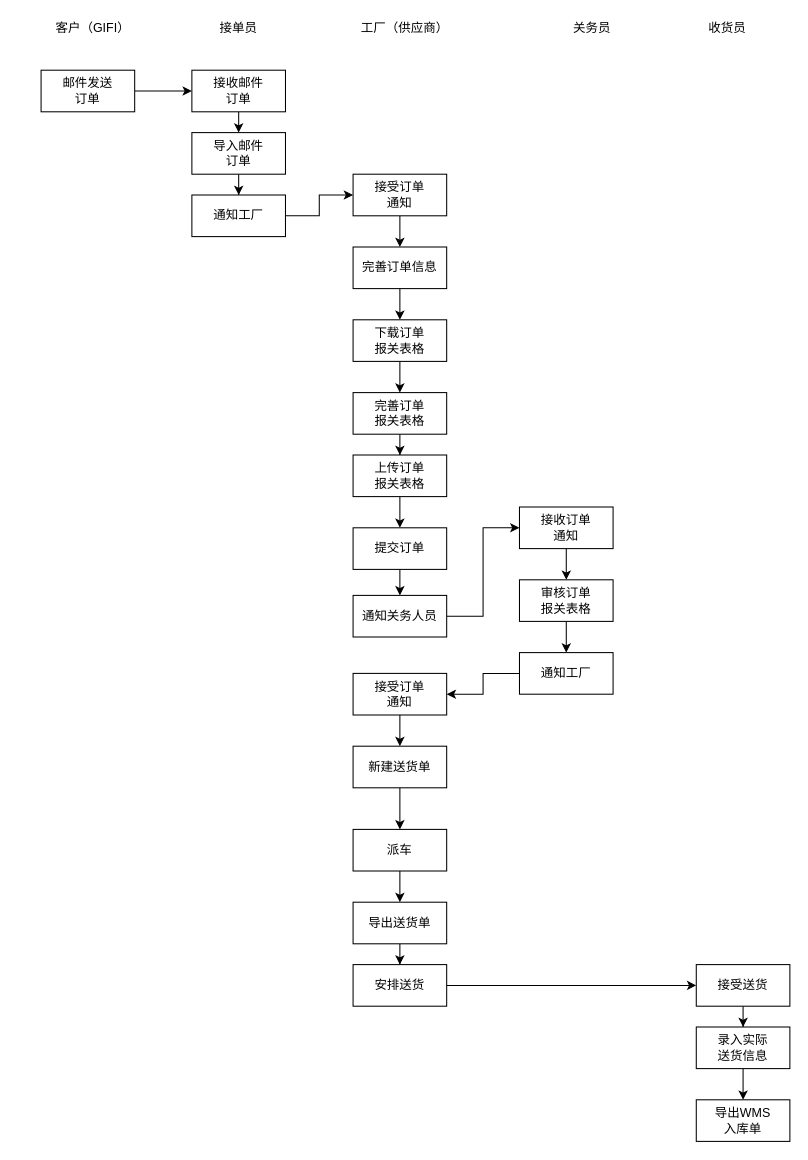
Earlier version of the draw.io diagram page "业务流程图" (1 of 2) of shrine-doc/进区预约系统.drawio (easefulfil/CLOUDCARE). Source tidied: cells renumbered, new cells numbered last; positions are measured from the earlier drawing's top-left corner, leaving out a move shared by most shapes. Both pictures are drawn from the tidied source at 104%, with x=0, y=0 at pixel (41, 18).
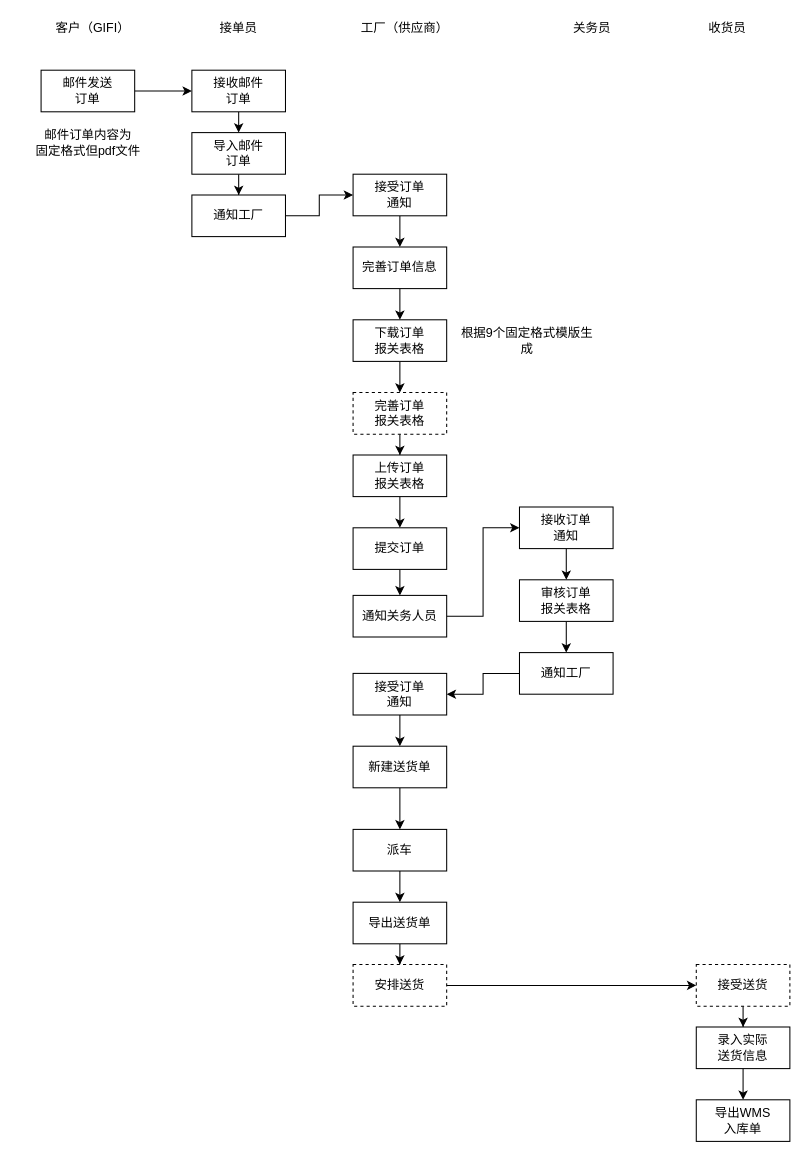
The same page after the edit.

Commit message (it also covers changes not shown here):
Update 进区预约系统.drawio

The edit, as a diff of the source:
```diff
@@
-    <mxCell id="17" value="完善订单&lt;br&gt;报关表格" style="rounded=0;whiteSpace=wrap;html=1;" parent="1" vertex="1">
+    <mxCell id="17" value="完善订单&lt;br&gt;报关表格" style="rounded=0;whiteSpace=wrap;html=1;dashed=1;" parent="1" vertex="1">
       <mxGeometry x="300" y="360" width="90" height="40" as="geometry" />
     </mxCell>
@@
-    <mxCell id="44" value="安排送货" style="rounded=0;whiteSpace=wrap;html=1;" parent="1" vertex="1">
+    <mxCell id="44" value="安排送货" style="rounded=0;whiteSpace=wrap;html=1;dashed=1;" parent="1" vertex="1">
       <mxGeometry x="300" y="910" width="90" height="40" as="geometry" />
     </mxCell>
@@
-    <mxCell id="46" value="接受送货" style="rounded=0;whiteSpace=wrap;html=1;" parent="1" vertex="1">
+    <mxCell id="46" value="接受送货" style="rounded=0;whiteSpace=wrap;html=1;dashed=1;" parent="1" vertex="1">
       <mxGeometry x="630" y="910" width="90" height="40" as="geometry" />
     </mxCell>
@@
+    <mxCell id="50" value="邮件订单内容为&lt;br&gt;固定格式但pdf文件" style="text;html=1;strokeColor=none;fillColor=none;align=center;verticalAlign=middle;whiteSpace=wrap;rounded=0;" parent="1" vertex="1">
+      <mxGeometry x="-22.5" y="110" width="135" height="20" as="geometry" />
+    </mxCell>
+    <mxCell id="51" value="根据9个固定格式模版生成" style="text;html=1;strokeColor=none;fillColor=none;align=center;verticalAlign=middle;whiteSpace=wrap;rounded=0;" parent="1" vertex="1">
+      <mxGeometry x="400" y="300" width="135" height="20" as="geometry" />
+    </mxCell>
```
